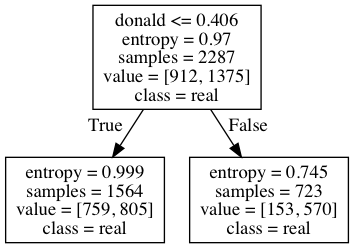
Earlier version of the Graphviz export tree0.png (derekli19951103/MLa3). Its source is kept beside it as tree0.dot.
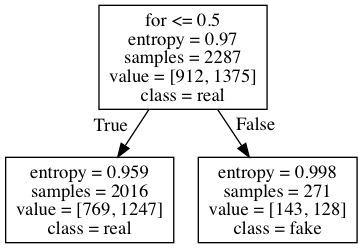
After the change.

Diff of the diagram source:
```diff
@@ -1,8 +1,8 @@
 digraph Tree {
 node [shape=box] ;
-0 [label="donald <= 0.406\nentropy = 0.97\nsamples = 2287\nvalue = [912, 1375]\nclass = real"] ;
-1 [label="entropy = 0.999\nsamples = 1564\nvalue = [759, 805]\nclass = real"] ;
+0 [label="for <= 0.5\nentropy = 0.97\nsamples = 2287\nvalue = [912, 1375]\nclass = real"] ;
+1 [label="entropy = 0.959\nsamples = 2016\nvalue = [769, 1247]\nclass = real"] ;
 0 -> 1 [labeldistance=2.5, labelangle=45, headlabel="True"] ;
-2 [label="entropy = 0.745\nsamples = 723\nvalue = [153, 570]\nclass = real"] ;
+2 [label="entropy = 0.998\nsamples = 271\nvalue = [143, 128]\nclass = fake"] ;
 0 -> 2 [labeldistance=2.5, labelangle=-45, headlabel="False"] ;
 }
```
